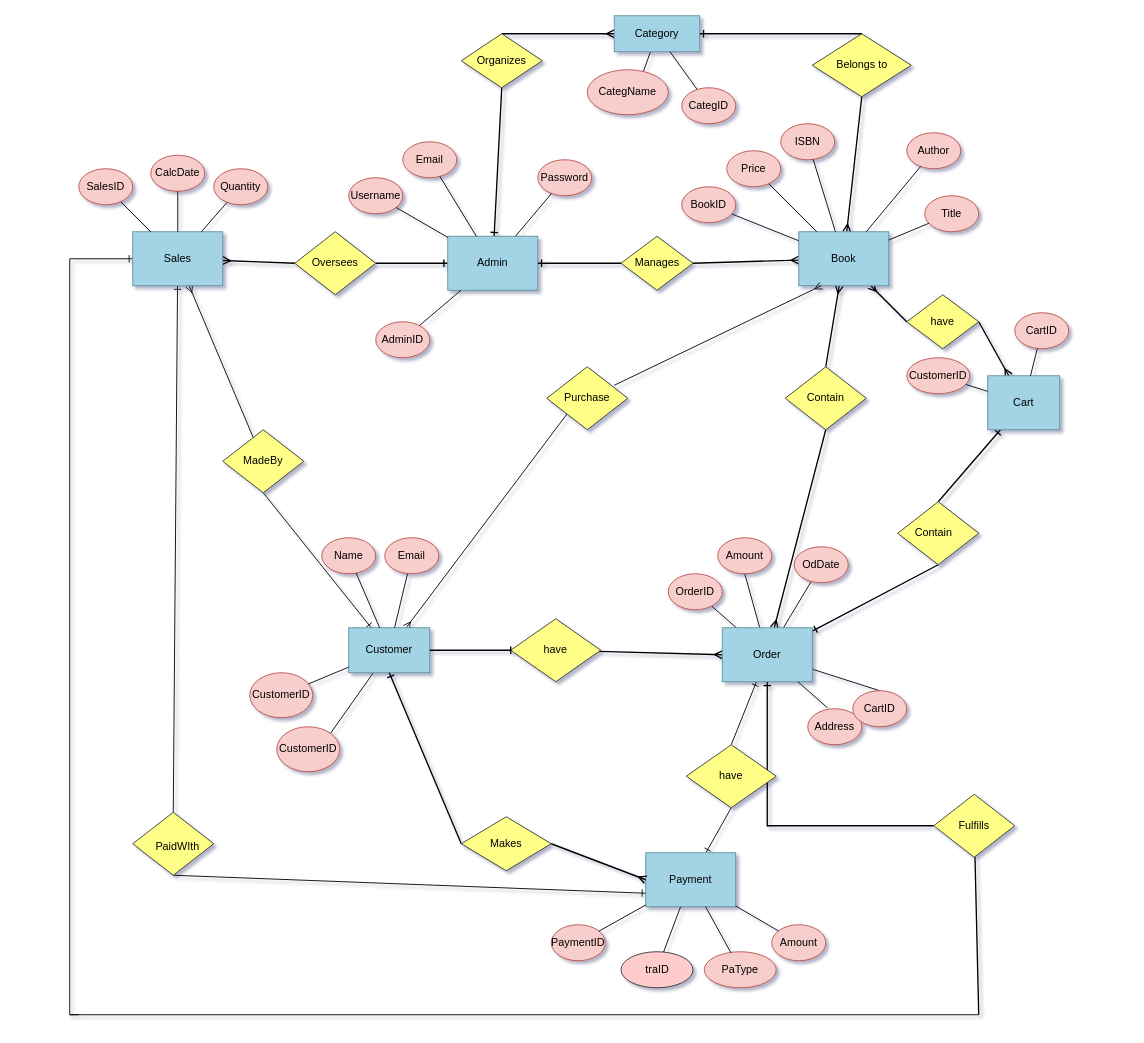
Earlier version of the draw.io diagram shuchi.drawio (Zul-Qarnain/Database_project). Source tidied: cells renumbered, new cells numbered last; positions are measured from the earlier drawing's top-left corner, leaving out a move shared by most shapes. Both pictures are drawn from the tidied source at 90%, with x=0, y=0 at pixel (69, 15).
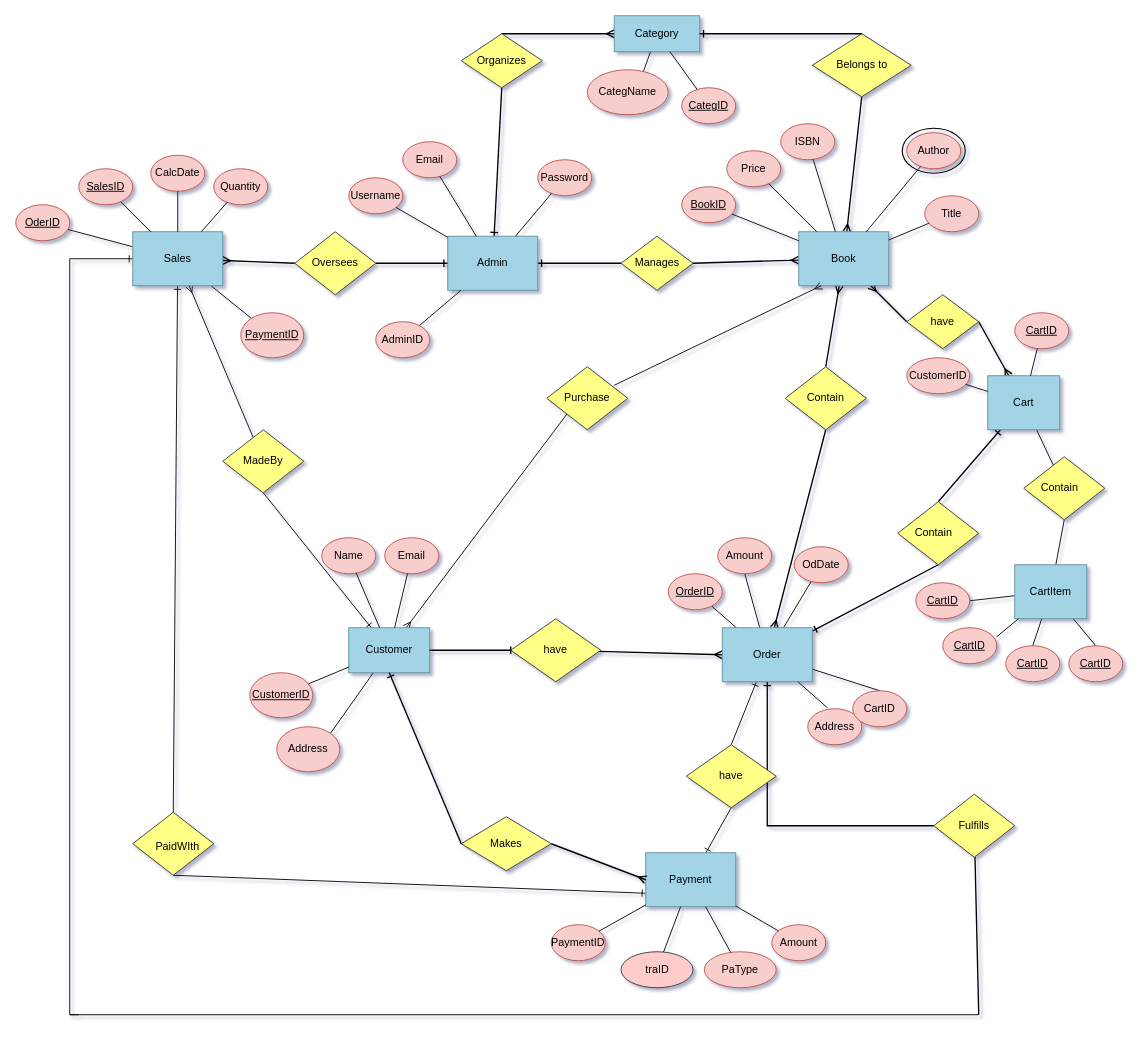
The same diagram, later.

Unchanged cells that the change refers to:
```xml
<mxCell id="61" value="Cart" style="rounded=0;whiteSpace=wrap;html=1;fillColor=#a2d4e6;strokeColor=#63919f;" parent="1" vertex="1">
  <mxGeometry x="1020" y="400" width="80" height="60" as="geometry" />
</mxCell>
<mxCell id="84" value="Sales" style="rounded=0;whiteSpace=wrap;html=1;fillColor=#a2d4e6;strokeColor=#63919f;" parent="1" vertex="1">
  <mxGeometry x="70" y="240" width="100" height="60" as="geometry" />
</mxCell>
```

Diff of the diagram source:
```diff
@@
-    <mxCell id="20" value="BookID" style="ellipse;whiteSpace=wrap;html=1;fillColor=#f8cecc;strokeColor=#b85450;" parent="1" vertex="1">
+    <mxCell id="20" value="&lt;u&gt;BookID&lt;/u&gt;" style="ellipse;whiteSpace=wrap;html=1;fillColor=#f8cecc;strokeColor=#b85450;" parent="1" vertex="1">
       <mxGeometry x="680" y="190" width="60" height="40" as="geometry" />
     </mxCell>
@@
-    <mxCell id="45" value="CustomerID" style="ellipse;whiteSpace=wrap;html=1;fillColor=#f8cecc;strokeColor=#b85450;" parent="1" vertex="1">
+    <mxCell id="45" value="&lt;u&gt;CustomerID&lt;/u&gt;" style="ellipse;whiteSpace=wrap;html=1;fillColor=#f8cecc;strokeColor=#b85450;" parent="1" vertex="1">
       <mxGeometry x="200" y="730" width="70" height="50" as="geometry" />
     </mxCell>
@@
+    <mxCell id="124" style="rounded=0;jettySize=auto;html=1;endArrow=none;endFill=0;" parent="1" edge="1" source="61" target="135">
+      <mxGeometry relative="1" as="geometry" />
+    </mxCell>
@@
-    <mxCell id="62" value="CartID" style="ellipse;whiteSpace=wrap;html=1;fillColor=#f8cecc;strokeColor=#b85450;" parent="1" vertex="1">
+    <mxCell id="62" value="&lt;u&gt;CartID&lt;/u&gt;" style="ellipse;whiteSpace=wrap;html=1;fillColor=#f8cecc;strokeColor=#b85450;" parent="1" vertex="1">
       <mxGeometry x="1050" y="330" width="60" height="40" as="geometry" />
     </mxCell>
@@
-    <mxCell id="79" value="OrderID" style="ellipse;whiteSpace=wrap;html=1;fillColor=#f8cecc;strokeColor=#b85450;" parent="1" vertex="1">
+    <mxCell id="79" value="&lt;u&gt;OrderID&lt;/u&gt;" style="ellipse;whiteSpace=wrap;html=1;fillColor=#f8cecc;strokeColor=#b85450;" parent="1" vertex="1">
       <mxGeometry x="665" y="620" width="60" height="40" as="geometry" />
     </mxCell>
@@
+    <mxCell id="125" style="rounded=0;jettySize=auto;html=1;endArrow=none;endFill=0;" parent="1" edge="1" source="84" target="128">
+      <mxGeometry relative="1" as="geometry" />
+    </mxCell>
+    <mxCell id="126" style="rounded=0;jettySize=auto;html=1;endArrow=none;endFill=0;" parent="1" edge="1" source="84" target="129">
+      <mxGeometry relative="1" as="geometry" />
+    </mxCell>
@@
-    <mxCell id="85" value="SalesID" style="ellipse;whiteSpace=wrap;html=1;fillColor=#f8cecc;strokeColor=#b85450;" parent="1" vertex="1">
+    <mxCell id="85" value="&lt;u&gt;SalesID&lt;/u&gt;" style="ellipse;whiteSpace=wrap;html=1;fillColor=#f8cecc;strokeColor=#b85450;" parent="1" vertex="1">
       <mxGeometry x="10" y="170" width="60" height="40" as="geometry" />
     </mxCell>
@@
-    <mxCell id="96" value="CategID" style="ellipse;whiteSpace=wrap;html=1;fillColor=#f8cecc;strokeColor=#b85450;" parent="1" vertex="1">
+    <mxCell id="96" value="&lt;u&gt;CategID&lt;/u&gt;" style="ellipse;whiteSpace=wrap;html=1;fillColor=#f8cecc;strokeColor=#b85450;" parent="1" vertex="1">
       <mxGeometry x="680" y="80" width="60" height="40" as="geometry" />
     </mxCell>
@@
-    <mxCell id="106" value="CustomerID" style="ellipse;whiteSpace=wrap;html=1;fillColor=#f8cecc;strokeColor=#b85450;" parent="1" vertex="1">
+    <mxCell id="106" value="Address" style="ellipse;whiteSpace=wrap;html=1;fillColor=#f8cecc;strokeColor=#b85450;" parent="1" vertex="1">
       <mxGeometry x="230" y="790" width="70" height="50" as="geometry" />
     </mxCell>
@@
+    <mxCell id="127" style="ellipse;whiteSpace=wrap;html=1;fillColor=none;strokeWidth=1.25;" parent="1" vertex="1">
+      <mxGeometry x="925" y="125" width="70" height="50" as="geometry" />
+    </mxCell>
+    <mxCell id="128" value="&lt;u&gt;OderID&lt;/u&gt;" style="ellipse;whiteSpace=wrap;html=1;fillColor=#f8cecc;strokeColor=#b85450;" parent="1" vertex="1">
+      <mxGeometry x="-60" y="210" width="60" height="40" as="geometry" />
+    </mxCell>
+    <mxCell id="129" value="&lt;u&gt;PaymentID&lt;/u&gt;" style="ellipse;whiteSpace=wrap;html=1;fillColor=#f8cecc;strokeColor=#b85450;" parent="1" vertex="1">
+      <mxGeometry x="190" y="330" width="70" height="50" as="geometry" />
+    </mxCell>
+    <mxCell id="130" style="rounded=0;jettySize=auto;html=1;entryX=0.5;entryY=1;entryDx=0;entryDy=0;endArrow=none;endFill=0;" parent="1" edge="1" source="134" target="135">
+      <mxGeometry relative="1" as="geometry" />
+    </mxCell>
+    <mxCell id="131" style="rounded=0;jettySize=auto;html=1;entryX=1;entryY=0.5;entryDx=0;entryDy=0;endArrow=none;endFill=0;" parent="1" edge="1" source="134" target="137">
+      <mxGeometry relative="1" as="geometry" />
+    </mxCell>
+    <mxCell id="132" style="rounded=0;jettySize=auto;html=1;entryX=0.5;entryY=0;entryDx=0;entryDy=0;endArrow=none;endFill=0;" parent="1" edge="1" source="134" target="139">
+      <mxGeometry relative="1" as="geometry" />
+    </mxCell>
+    <mxCell id="133" style="rounded=0;jettySize=auto;html=1;entryX=0.5;entryY=0;entryDx=0;entryDy=0;endArrow=none;endFill=0;" parent="1" edge="1" source="134" target="140">
+      <mxGeometry relative="1" as="geometry" />
+    </mxCell>
+    <mxCell id="134" value="CartItem" style="rounded=0;whiteSpace=wrap;html=1;fillColor=#a2d4e6;strokeColor=#63919f;" parent="1" vertex="1">
+      <mxGeometry x="1050" y="610" width="80" height="60" as="geometry" />
+    </mxCell>
+    <mxCell id="135" style="rhombus;whiteSpace=wrap;html=1;fillColor=#ffff88;strokeColor=#36393d;" parent="1" vertex="1">
+      <mxGeometry x="1060" y="490" width="90" height="70" as="geometry" />
+    </mxCell>
+    <mxCell id="136" value="Contain" style="text;html=1;align=center;verticalAlign=middle;whiteSpace=wrap;rounded=0;" parent="1" vertex="1">
+      <mxGeometry x="1070" y="510" width="60" height="30" as="geometry" />
+    </mxCell>
+    <mxCell id="137" value="&lt;u&gt;CartID&lt;/u&gt;" style="ellipse;whiteSpace=wrap;html=1;fillColor=#f8cecc;strokeColor=#b85450;" parent="1" vertex="1">
+      <mxGeometry x="940" y="630" width="60" height="40" as="geometry" />
+    </mxCell>
+    <mxCell id="138" value="&lt;u&gt;CartID&lt;/u&gt;" style="ellipse;whiteSpace=wrap;html=1;fillColor=#f8cecc;strokeColor=#b85450;" parent="1" vertex="1">
+      <mxGeometry x="970" y="680" width="60" height="40" as="geometry" />
+    </mxCell>
+    <mxCell id="139" value="&lt;u&gt;CartID&lt;/u&gt;" style="ellipse;whiteSpace=wrap;html=1;fillColor=#f8cecc;strokeColor=#b85450;" parent="1" vertex="1">
+      <mxGeometry x="1040" y="700" width="60" height="40" as="geometry" />
+    </mxCell>
+    <mxCell id="140" value="&lt;u&gt;CartID&lt;/u&gt;" style="ellipse;whiteSpace=wrap;html=1;fillColor=#f8cecc;strokeColor=#b85450;" parent="1" vertex="1">
+      <mxGeometry x="1110" y="700" width="60" height="40" as="geometry" />
+    </mxCell>
+    <mxCell id="141" style="rounded=0;jettySize=auto;html=1;entryX=1;entryY=0.25;entryDx=0;entryDy=0;entryPerimeter=0;endArrow=none;endFill=0;" parent="1" edge="1" source="134" target="138">
+      <mxGeometry relative="1" as="geometry" />
+    </mxCell>
```
